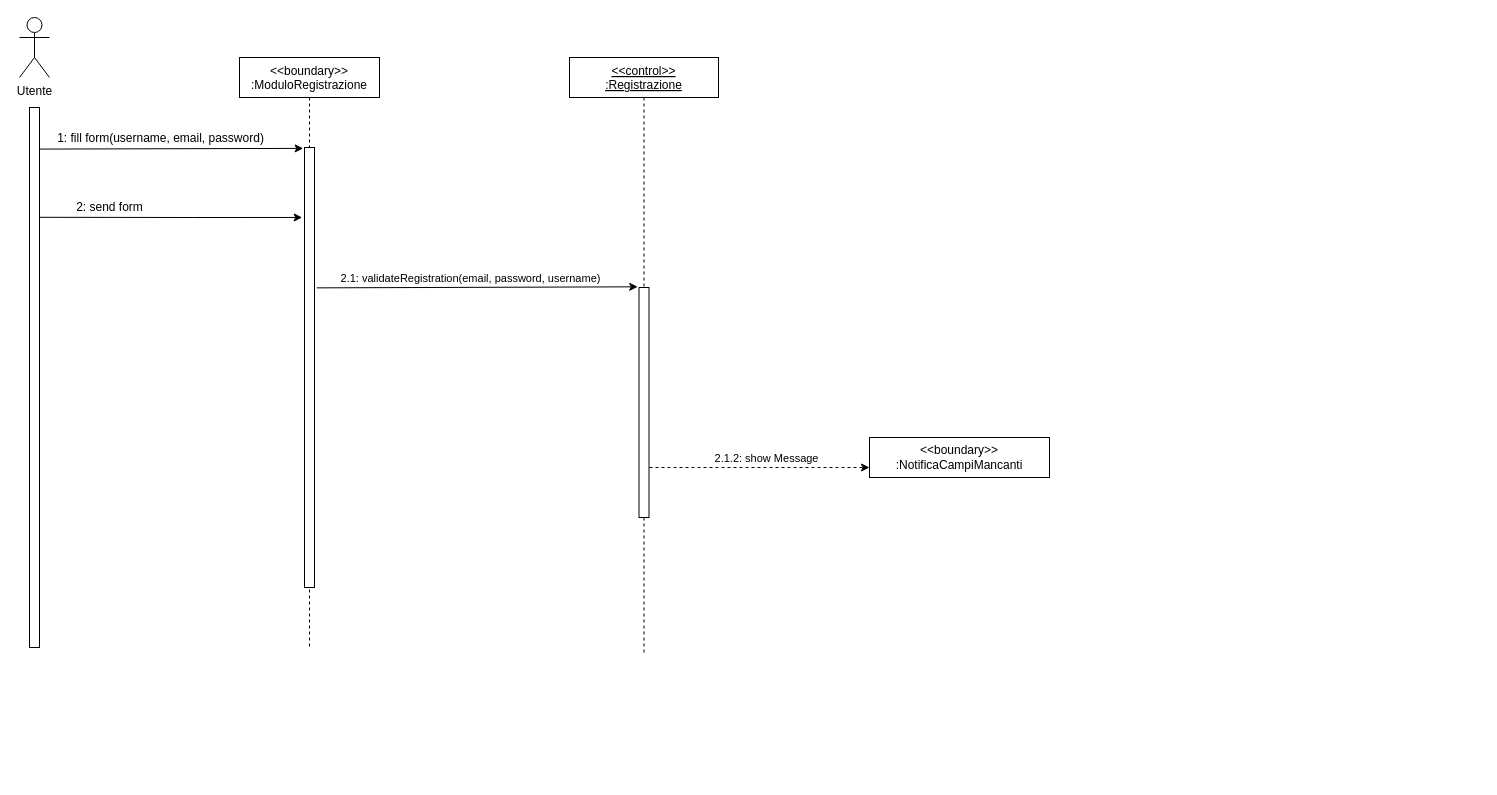
Above: DELIVERABLES/RAD/Sequence Diagram/Registrazione/Sequence Diagtram.drawio in cirofalcianoproductions/InfinityGames (draw.io), before the change. Source tidied: cells renumbered, new cells numbered last; positions are measured from the earlier drawing's top-left corner, leaving out a move shared by most shapes. Both pictures are drawn from the tidied source at 100%, with x=0, y=0 at pixel (19, 17).
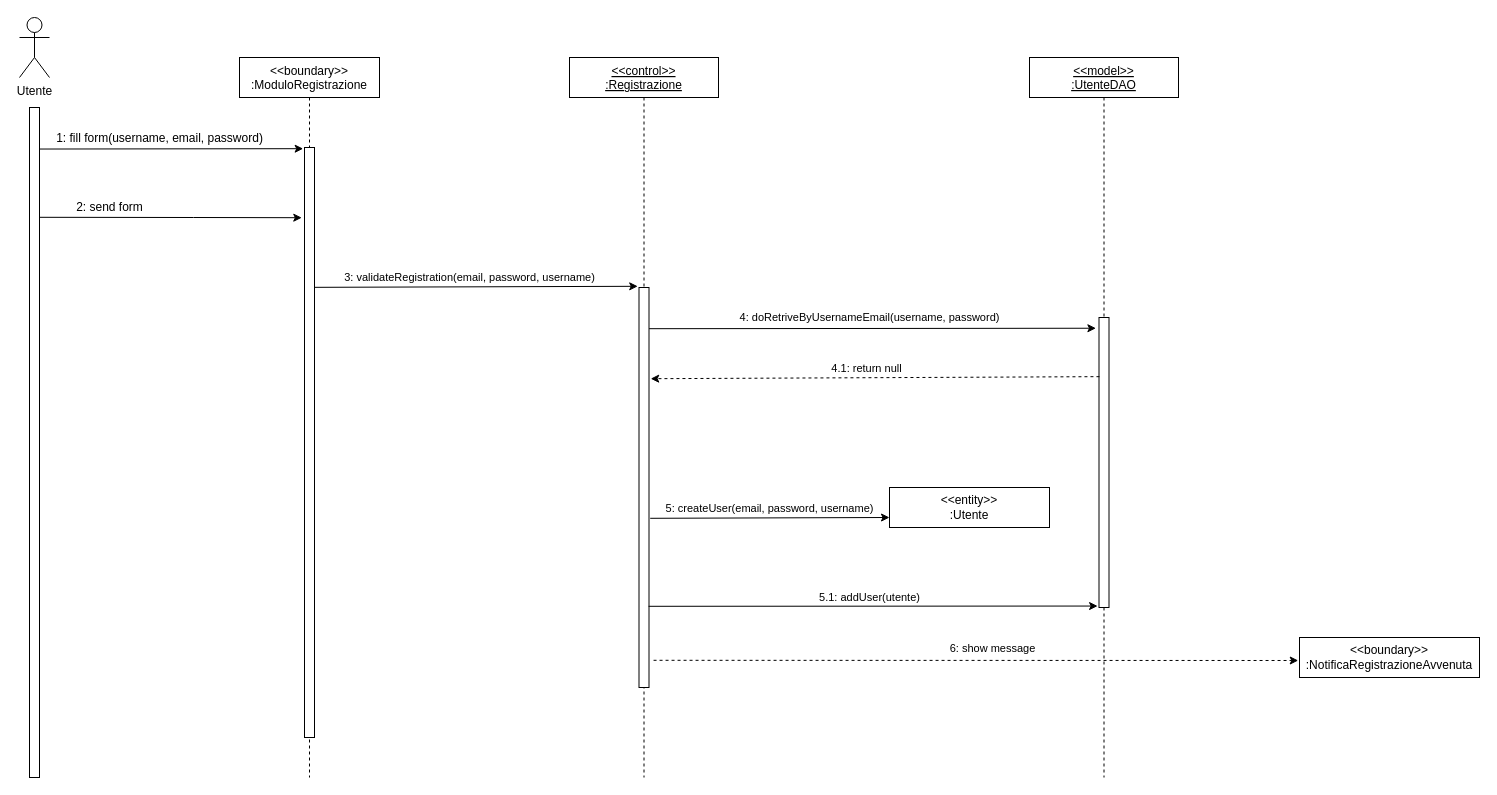
The same page after the edit.

The edit, as a diff of the source:
```diff
@@
     <mxCell id="2" value="&lt;&lt;boundary&gt;&gt;&#10;:ModuloRegistrazione" style="shape=umlLifeline;perimeter=lifelinePerimeter;rounded=0;shadow=0;strokeWidth=1;fontStyle=0;" parent="1" vertex="1">
-      <mxGeometry x="220" y="40" width="140" height="590" as="geometry" />
+      <mxGeometry x="220" y="40" width="140" height="720" as="geometry" />
     </mxCell>
     <mxCell id="3" style="points=[];perimeter=orthogonalPerimeter;rounded=0;shadow=0;strokeWidth=1;" parent="2" vertex="1">
-      <mxGeometry x="65" y="90" width="10" height="440" as="geometry" />
+      <mxGeometry x="65" y="90" width="10" height="590" as="geometry" />
     </mxCell>
     <mxCell id="4" value="&lt;&lt;control&gt;&gt;&#10;:Registrazione" style="shape=umlLifeline;perimeter=lifelinePerimeter;rounded=0;shadow=0;strokeWidth=1;fontStyle=4;size=40;" parent="1" vertex="1">
-      <mxGeometry x="550" y="40" width="149" height="595" as="geometry" />
+      <mxGeometry x="550" y="40" width="149" height="720" as="geometry" />
     </mxCell>
     <mxCell id="5" style="points=[];perimeter=orthogonalPerimeter;rounded=0;shadow=0;strokeWidth=1;" parent="4" vertex="1">
-      <mxGeometry x="69.5" y="230" width="10" height="230" as="geometry" />
+      <mxGeometry x="69.5" y="230" width="10" height="400" as="geometry" />
     </mxCell>
@@
     <mxCell id="7" style="points=[];perimeter=orthogonalPerimeter;rounded=0;shadow=0;strokeWidth=1;" parent="1" vertex="1">
-      <mxGeometry x="10" y="90" width="10" height="540" as="geometry" />
+      <mxGeometry x="10" y="90" width="10" height="670" as="geometry" />
     </mxCell>
-    <mxCell id="8" style="endArrow=classic;html=1;exitX=1.061;exitY=0.077;exitDx=0;exitDy=0;exitPerimeter=0;entryX=-0.133;entryY=0.002;entryDx=0;entryDy=0;entryPerimeter=0;" parent="1" edge="1" source="7" target="3">
+    <mxCell id="8" style="endArrow=classic;html=1;exitX=1.014;exitY=0.062;exitDx=0;exitDy=0;exitPerimeter=0;entryX=-0.133;entryY=0.002;entryDx=0;entryDy=0;entryPerimeter=0;" parent="1" edge="1" source="7" target="3">
       <mxGeometry relative="1" as="geometry" />
     </mxCell>
@@
-    <mxCell id="10" style="endArrow=classic;html=1;exitX=1.067;exitY=0.1;exitDx=0;exitDy=0;exitPerimeter=0;entryX=-0.233;entryY=0.159;entryDx=0;entryDy=0;entryPerimeter=0;rounded=0;" parent="1" edge="1" target="3">
+    <mxCell id="10" style="endArrow=classic;html=1;exitX=1.067;exitY=0.1;exitDx=0;exitDy=0;exitPerimeter=0;entryX=-0.271;entryY=0.119;entryDx=0;entryDy=0;entryPerimeter=0;rounded=0;" parent="1" edge="1" target="3">
       <mxGeometry relative="1" as="geometry">
         <mxPoint x="20" y="199.8" as="sourcePoint" />
         <Array as="points">
           <mxPoint x="174" y="200" />
         </Array>
       </mxGeometry>
     </mxCell>
-    <mxCell id="11" style="endArrow=classic;html=1;entryX=-0.128;entryY=-0.003;entryDx=0;entryDy=0;entryPerimeter=0;exitX=1.233;exitY=0.319;exitDx=0;exitDy=0;exitPerimeter=0;" parent="1" edge="1" source="3" target="5">
+    <mxCell id="11" style="endArrow=classic;html=1;entryX=-0.128;entryY=-0.003;entryDx=0;entryDy=0;entryPerimeter=0;exitX=1.02;exitY=0.237;exitDx=0;exitDy=0;exitPerimeter=0;" parent="1" edge="1" source="3" target="5">
       <mxGeometry relative="1" as="geometry" />
     </mxCell>
-    <mxCell id="12" value="2.1: validateRegistration(email, password, username)" style="edgeLabel;html=1;align=center;verticalAlign=middle;" parent="11" vertex="1">
+    <mxCell id="12" value="3: validateRegistration(email, password, username)" style="edgeLabel;html=1;align=center;verticalAlign=middle;" parent="11" vertex="1">
       <mxGeometry x="-0.15" y="1" relative="1" as="geometry">
         <mxPoint x="17.2" y="-8.8" as="offset" />
       </mxGeometry>
     </mxCell>
@@
-    <mxCell id="14" value="&amp;lt;&amp;lt;boundary&amp;gt;&amp;gt;&lt;br&gt;:NotificaCampiMancanti" style="rounded=0;whiteSpace=wrap;html=1;" parent="1" vertex="1">
-      <mxGeometry x="850" y="420" width="180" height="40" as="geometry" />
+    <mxCell id="14" value="&amp;lt;&amp;lt;boundary&amp;gt;&amp;gt;&lt;br&gt;:NotificaRegistrazioneAvvenuta" style="rounded=0;whiteSpace=wrap;html=1;" parent="1" vertex="1">
+      <mxGeometry x="1280" y="620" width="180" height="40" as="geometry" />
     </mxCell>
-    <mxCell id="15" style="endArrow=classic;html=1;dashed=1;entryX=0;entryY=0.75;entryDx=0;entryDy=0;" parent="1" edge="1" target="14">
-      <mxGeometry relative="1" as="geometry">
-        <mxPoint x="630" y="450" as="sourcePoint" />
-      </mxGeometry>
-    </mxCell>
-    <mxCell id="16" value="2.1.2: show Message" style="edgeLabel;html=1;align=center;verticalAlign=middle;" parent="15" vertex="1">
-      <mxGeometry x="0.05" relative="1" as="geometry">
-        <mxPoint y="-9.7" as="offset" />
-      </mxGeometry>
-    </mxCell>
+    <mxCell id="17" value="&amp;lt;&amp;lt;entity&amp;gt;&amp;gt;&lt;br&gt;:Utente" style="rounded=0;whiteSpace=wrap;html=1;" parent="1" vertex="1">
+      <mxGeometry x="870" y="470" width="160" height="40" as="geometry" />
+    </mxCell>
+    <mxCell id="18" value="&lt;&lt;model&gt;&gt;&#10;:UtenteDAO" style="shape=umlLifeline;perimeter=lifelinePerimeter;rounded=0;shadow=0;strokeWidth=1;fontStyle=4;size=40;" parent="1" vertex="1">
+      <mxGeometry x="1010" y="40" width="149" height="720" as="geometry" />
+    </mxCell>
+    <mxCell id="19" style="points=[];perimeter=orthogonalPerimeter;rounded=0;shadow=0;strokeWidth=1;" parent="18" vertex="1">
+      <mxGeometry x="69.5" y="260" width="10" height="290" as="geometry" />
+    </mxCell>
+    <mxCell id="20" style="endArrow=classic;html=1;exitX=1.121;exitY=0.577;exitDx=0;exitDy=0;exitPerimeter=0;entryX=0;entryY=0.75;entryDx=0;entryDy=0;" parent="1" edge="1" source="5" target="17">
+      <mxGeometry relative="1" as="geometry">
+        <Array as="points">
+          <mxPoint x="870" y="500" />
+        </Array>
+      </mxGeometry>
+    </mxCell>
+    <mxCell id="21" value="5: createUser(email, password, username)" style="edgeLabel;html=1;align=center;verticalAlign=middle;" parent="20" vertex="1">
+      <mxGeometry x="0.07" relative="1" as="geometry">
+        <mxPoint x="-9.2" y="-9.6" as="offset" />
+      </mxGeometry>
+    </mxCell>
+    <mxCell id="22" style="endArrow=classic;html=1;exitX=1.01;exitY=0.103;exitDx=0;exitDy=0;exitPerimeter=0;entryX=-0.309;entryY=0.037;entryDx=0;entryDy=0;entryPerimeter=0;" parent="1" edge="1" source="5" target="19">
+      <mxGeometry relative="1" as="geometry" />
+    </mxCell>
+    <mxCell id="23" value="4: doRetriveByUsernameEmail(username, password)" style="edgeLabel;html=1;align=center;verticalAlign=middle;" parent="22" vertex="1">
+      <mxGeometry x="-0.02" y="2" relative="1" as="geometry">
+        <mxPoint x="0.9" y="-9" as="offset" />
+      </mxGeometry>
+    </mxCell>
+    <mxCell id="24" style="endArrow=classic;html=1;exitX=0.044;exitY=0.204;exitDx=0;exitDy=0;exitPerimeter=0;entryX=1.17;entryY=0.228;entryDx=0;entryDy=0;entryPerimeter=0;dashed=1;" parent="1" edge="1" source="19" target="5">
+      <mxGeometry relative="1" as="geometry" />
+    </mxCell>
+    <mxCell id="25" value="4.1: return null" style="edgeLabel;html=1;align=center;verticalAlign=middle;" parent="24" vertex="1">
+      <mxGeometry x="0.06" y="2" relative="1" as="geometry">
+        <mxPoint x="4.8" y="-12.2" as="offset" />
+      </mxGeometry>
+    </mxCell>
+    <mxCell id="26" style="endArrow=classic;html=1;entryX=-0.14;entryY=0.995;entryDx=0;entryDy=0;entryPerimeter=0;exitX=0.955;exitY=0.797;exitDx=0;exitDy=0;exitPerimeter=0;" parent="1" edge="1" source="5" target="19">
+      <mxGeometry relative="1" as="geometry" />
+    </mxCell>
+    <mxCell id="27" value="5.1: addUser(utente)" style="edgeLabel;html=1;align=center;verticalAlign=middle;" parent="26" vertex="1">
+      <mxGeometry x="-0.01" y="2" relative="1" as="geometry">
+        <mxPoint x="-1.4" y="-6.7" as="offset" />
+      </mxGeometry>
+    </mxCell>
+    <mxCell id="28" style="endArrow=classic;html=1;exitX=1.456;exitY=0.932;exitDx=0;exitDy=0;exitPerimeter=0;entryX=-0.007;entryY=0.575;entryDx=0;entryDy=0;entryPerimeter=0;dashed=1;" parent="1" edge="1" source="5" target="14">
+      <mxGeometry relative="1" as="geometry" />
+    </mxCell>
+    <mxCell id="29" value="6: show message" style="edgeLabel;html=1;align=center;verticalAlign=middle;" parent="28" vertex="1">
+      <mxGeometry x="0.05" y="1" relative="1" as="geometry">
+        <mxPoint y="-11.9" as="offset" />
+      </mxGeometry>
+    </mxCell>
```
